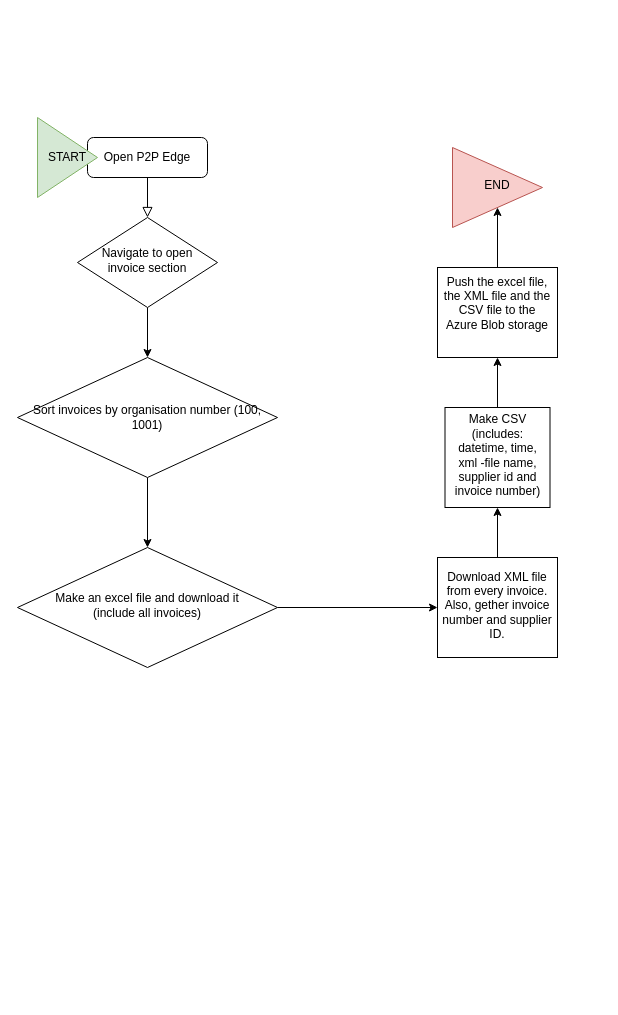
The draw.io diagram pyautogui_task/Untitled Diagram.drawio in PyryPajunen-Most/TestRepo, before the edit. Source tidied: cells renumbered, new cells numbered last; positions are measured from the earlier drawing's top-left corner, leaving out a move shared by most shapes. Both pictures are drawn from the tidied source at 100%, with x=0, y=0 at pixel (17, 117).
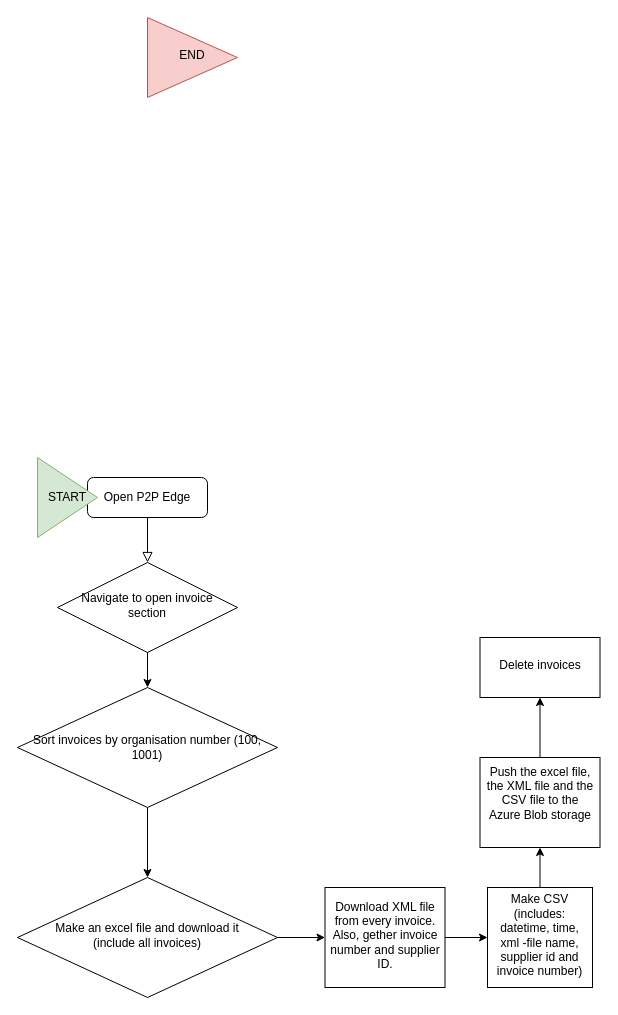
After the change.

Change to the diagram source:
```diff
@@
 <mxGraphModel>
   <root>
     <mxCell id="0" />
     <mxCell id="1" parent="0" />
     <mxCell id="2" style="rounded=0;html=1;jettySize=auto;fontSize=11;endArrow=block;endFill=0;endSize=8;strokeWidth=1;shadow=0;labelBackgroundColor=none;edgeStyle=orthogonalEdgeStyle;" parent="1" edge="1" source="3" target="5">
       <mxGeometry relative="1" as="geometry" />
     </mxCell>
     <mxCell id="3" value="Open P2P Edge" style="rounded=1;whiteSpace=wrap;html=1;fontSize=12;glass=0;strokeWidth=1;shadow=0;" parent="1" vertex="1">
-      <mxGeometry x="70" y="20" width="120" height="40" as="geometry" />
+      <mxGeometry x="70" y="360" width="120" height="40" as="geometry" />
     </mxCell>
     <mxCell id="4" style="edgeStyle=orthogonalEdgeStyle;rounded=0;jettySize=auto;html=1;" parent="1" edge="1" source="5" target="10">
       <mxGeometry relative="1" as="geometry" />
     </mxCell>
     <mxCell id="5" value="Navigate to open invoice section" style="rhombus;whiteSpace=wrap;html=1;shadow=0;fontFamily=Helvetica;fontSize=12;align=center;strokeWidth=1;spacing=6;spacingTop=-4;" parent="1" vertex="1">
-      <mxGeometry x="60" y="100" width="140" height="90" as="geometry" />
+      <mxGeometry x="40" y="445" width="180" height="90" as="geometry" />
     </mxCell>
     <mxCell id="6" style="edgeStyle=orthogonalEdgeStyle;rounded=0;jettySize=auto;html=1;" parent="1" edge="1" source="7" target="12">
       <mxGeometry relative="1" as="geometry" />
     </mxCell>
     <mxCell id="7" value="Make an excel file and download it&lt;br&gt;(include all invoices)" style="rhombus;whiteSpace=wrap;html=1;shadow=0;fontFamily=Helvetica;fontSize=12;align=center;strokeWidth=1;spacing=6;spacingTop=-4;" parent="1" vertex="1">
-      <mxGeometry y="430" width="260" height="120" as="geometry" />
+      <mxGeometry y="760" width="260" height="120" as="geometry" />
     </mxCell>
     <mxCell id="8" value="START" style="triangle;whiteSpace=wrap;html=1;fillColor=#d5e8d4;strokeColor=#82b366;" parent="1" vertex="1">
-      <mxGeometry x="20" width="60" height="80" as="geometry" />
+      <mxGeometry x="20" y="340" width="60" height="80" as="geometry" />
     </mxCell>
     <mxCell id="9" style="edgeStyle=orthogonalEdgeStyle;rounded=0;jettySize=auto;html=1;" parent="1" edge="1" source="10" target="7">
       <mxGeometry relative="1" as="geometry" />
     </mxCell>
     <mxCell id="10" value="Sort invoices by organisation number (100, 1001)" style="rhombus;whiteSpace=wrap;html=1;direction=west;" parent="1" vertex="1">
-      <mxGeometry y="240" width="260" height="120" as="geometry" />
+      <mxGeometry y="570" width="260" height="120" as="geometry" />
     </mxCell>
     <mxCell id="11" style="edgeStyle=orthogonalEdgeStyle;rounded=0;jettySize=auto;html=1;" parent="1" edge="1" source="12" target="14">
       <mxGeometry relative="1" as="geometry" />
     </mxCell>
     <mxCell id="12" value="Download XML file from every invoice. Also, gether invoice number and supplier ID." style="whiteSpace=wrap;html=1;shadow=0;strokeWidth=1;spacing=6;spacingTop=-4;" parent="1" vertex="1">
-      <mxGeometry x="420" y="440" width="120" height="100" as="geometry" />
+      <mxGeometry x="307.5" y="770" width="120" height="100" as="geometry" />
     </mxCell>
     <mxCell id="13" style="edgeStyle=orthogonalEdgeStyle;rounded=0;jettySize=auto;html=1;" parent="1" edge="1" source="14" target="16">
       <mxGeometry relative="1" as="geometry" />
     </mxCell>
     <mxCell id="14" value="Make CSV&lt;br&gt;(includes: datetime, time, xml -file name, supplier id and invoice number)" style="whiteSpace=wrap;html=1;shadow=0;strokeWidth=1;spacing=6;spacingTop=-4;" parent="1" vertex="1">
-      <mxGeometry x="427.5" y="290" width="105" height="100" as="geometry" />
+      <mxGeometry x="470" y="770" width="105" height="100" as="geometry" />
     </mxCell>
-    <mxCell id="15" style="edgeStyle=orthogonalEdgeStyle;rounded=0;jettySize=auto;html=1;" parent="1" edge="1" source="16" target="17">
-      <mxGeometry relative="1" as="geometry" />
-    </mxCell>
+    <mxCell id="18" style="edgeStyle=orthogonalEdgeStyle;rounded=0;jettySize=auto;html=1;" parent="1" edge="1" source="16" target="19">
+      <mxGeometry relative="1" as="geometry" />
+    </mxCell>
     <mxCell id="16" value="&lt;div&gt;Push the excel file, the XML file and the CSV file to the Azure Blob storage&lt;/div&gt;&lt;div&gt;&lt;br&gt;&lt;/div&gt;" style="whiteSpace=wrap;html=1;shadow=0;strokeWidth=1;spacing=6;spacingTop=-4;" parent="1" vertex="1">
-      <mxGeometry x="420" y="150" width="120" height="90" as="geometry" />
+      <mxGeometry x="462.5" y="640" width="120" height="90" as="geometry" />
     </mxCell>
     <mxCell id="17" value="END" style="triangle;whiteSpace=wrap;html=1;shadow=0;strokeWidth=1;spacing=6;spacingTop=-4;fillColor=#f8cecc;strokeColor=#b85450;" parent="1" vertex="1">
-      <mxGeometry x="435" y="30" width="90" height="80" as="geometry" />
+      <mxGeometry x="130" y="-100" width="90" height="80" as="geometry" />
     </mxCell>
+    <mxCell id="19" value="Delete invoices" style="whiteSpace=wrap;html=1;shadow=0;strokeWidth=1;spacing=6;spacingTop=-4;" parent="1" vertex="1">
+      <mxGeometry x="462.5" y="520" width="120" height="60" as="geometry" />
+    </mxCell>
   </root>
 </mxGraphModel>
```
